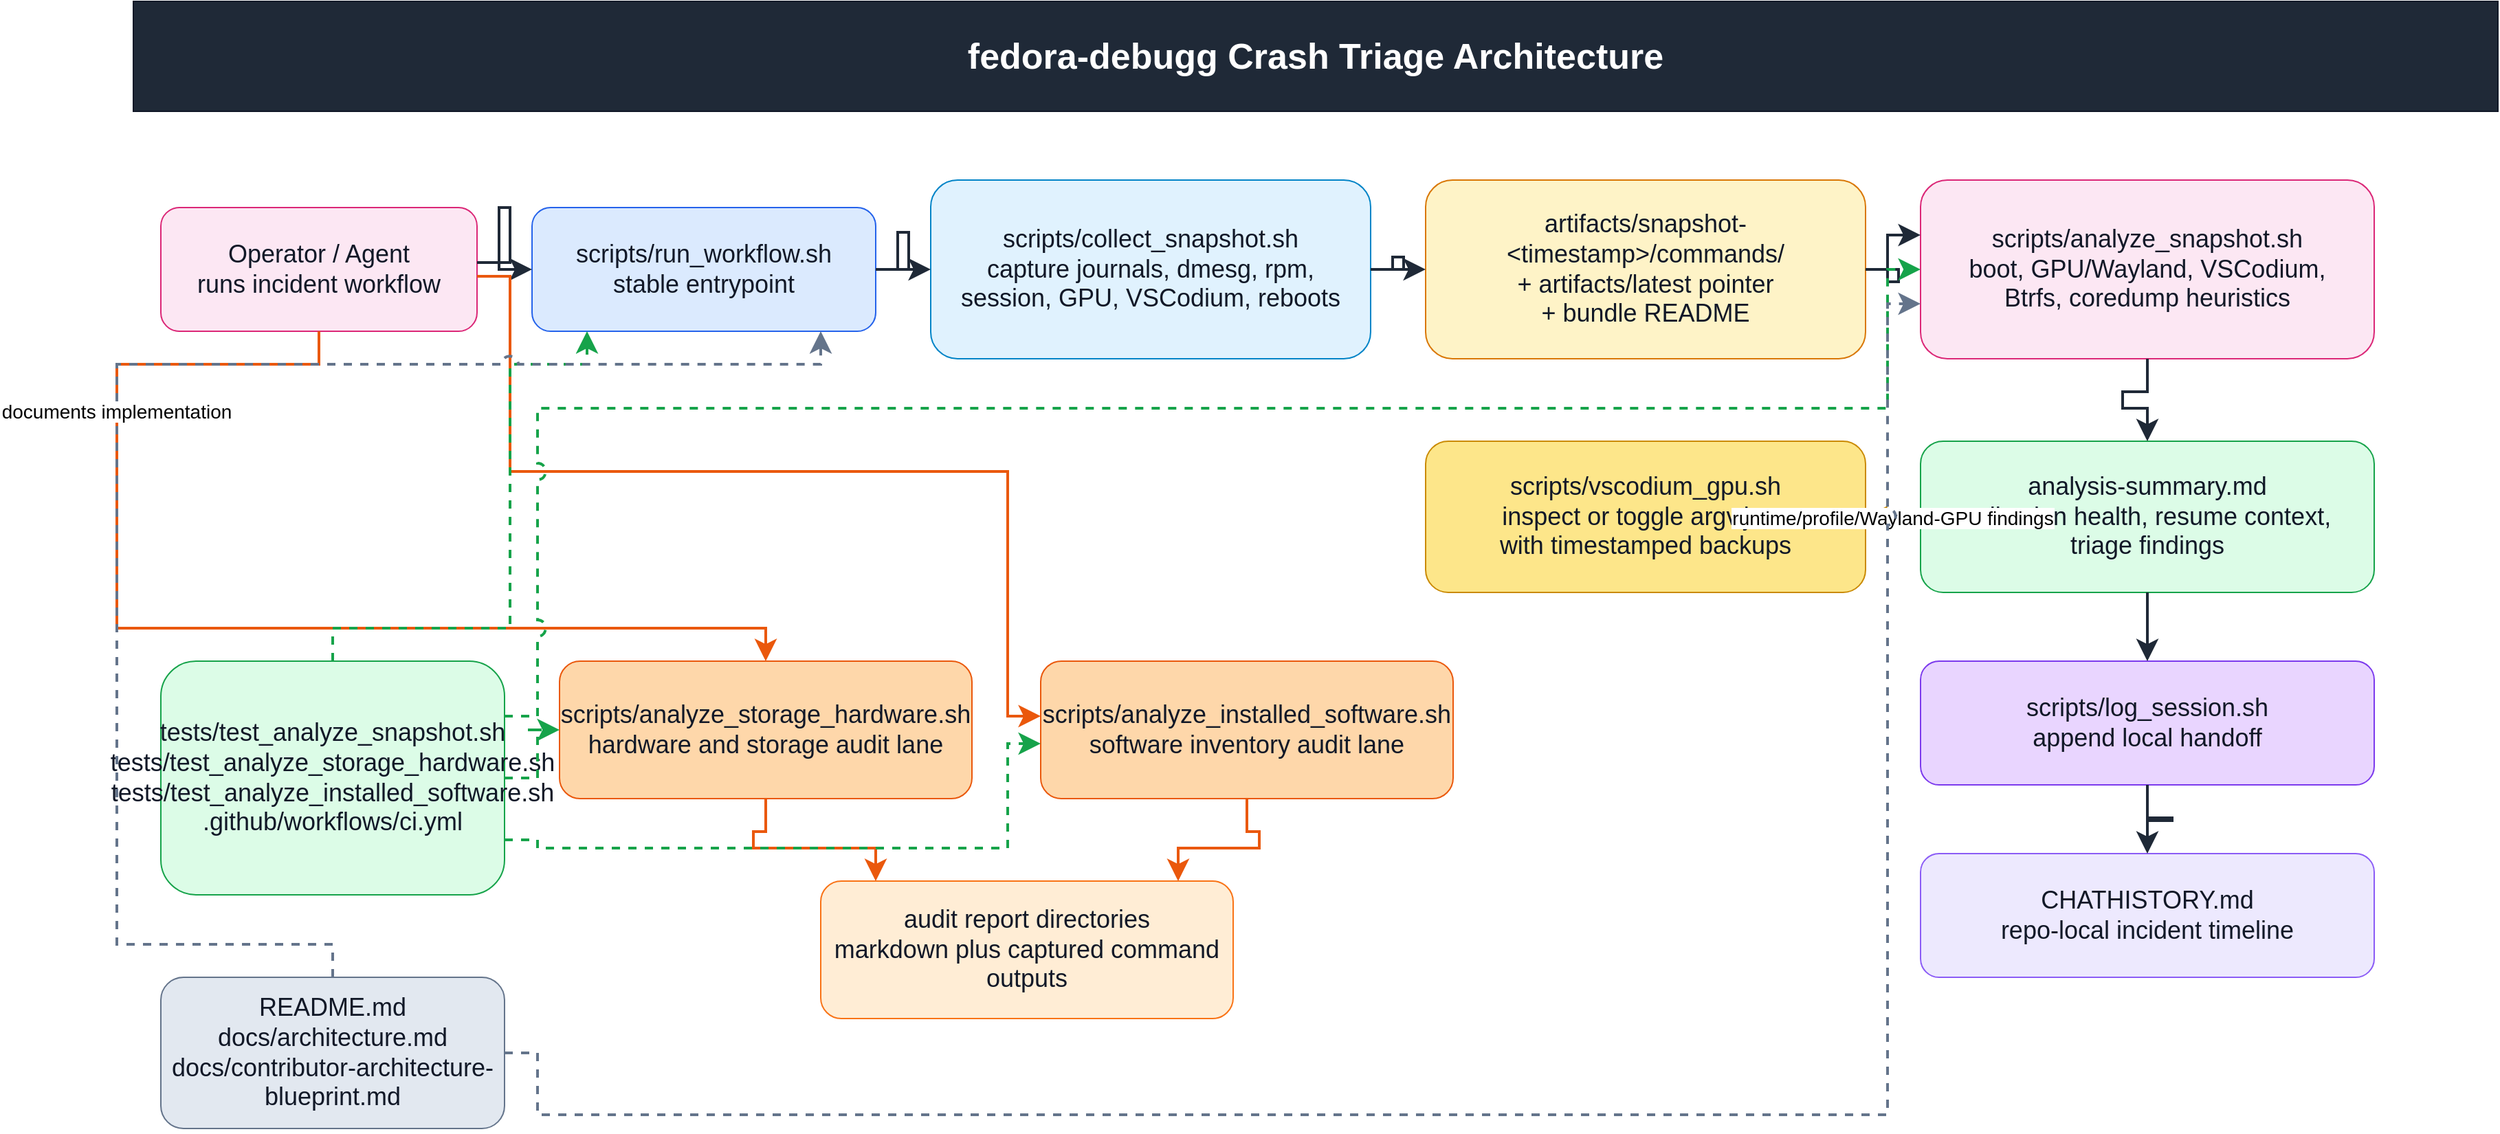
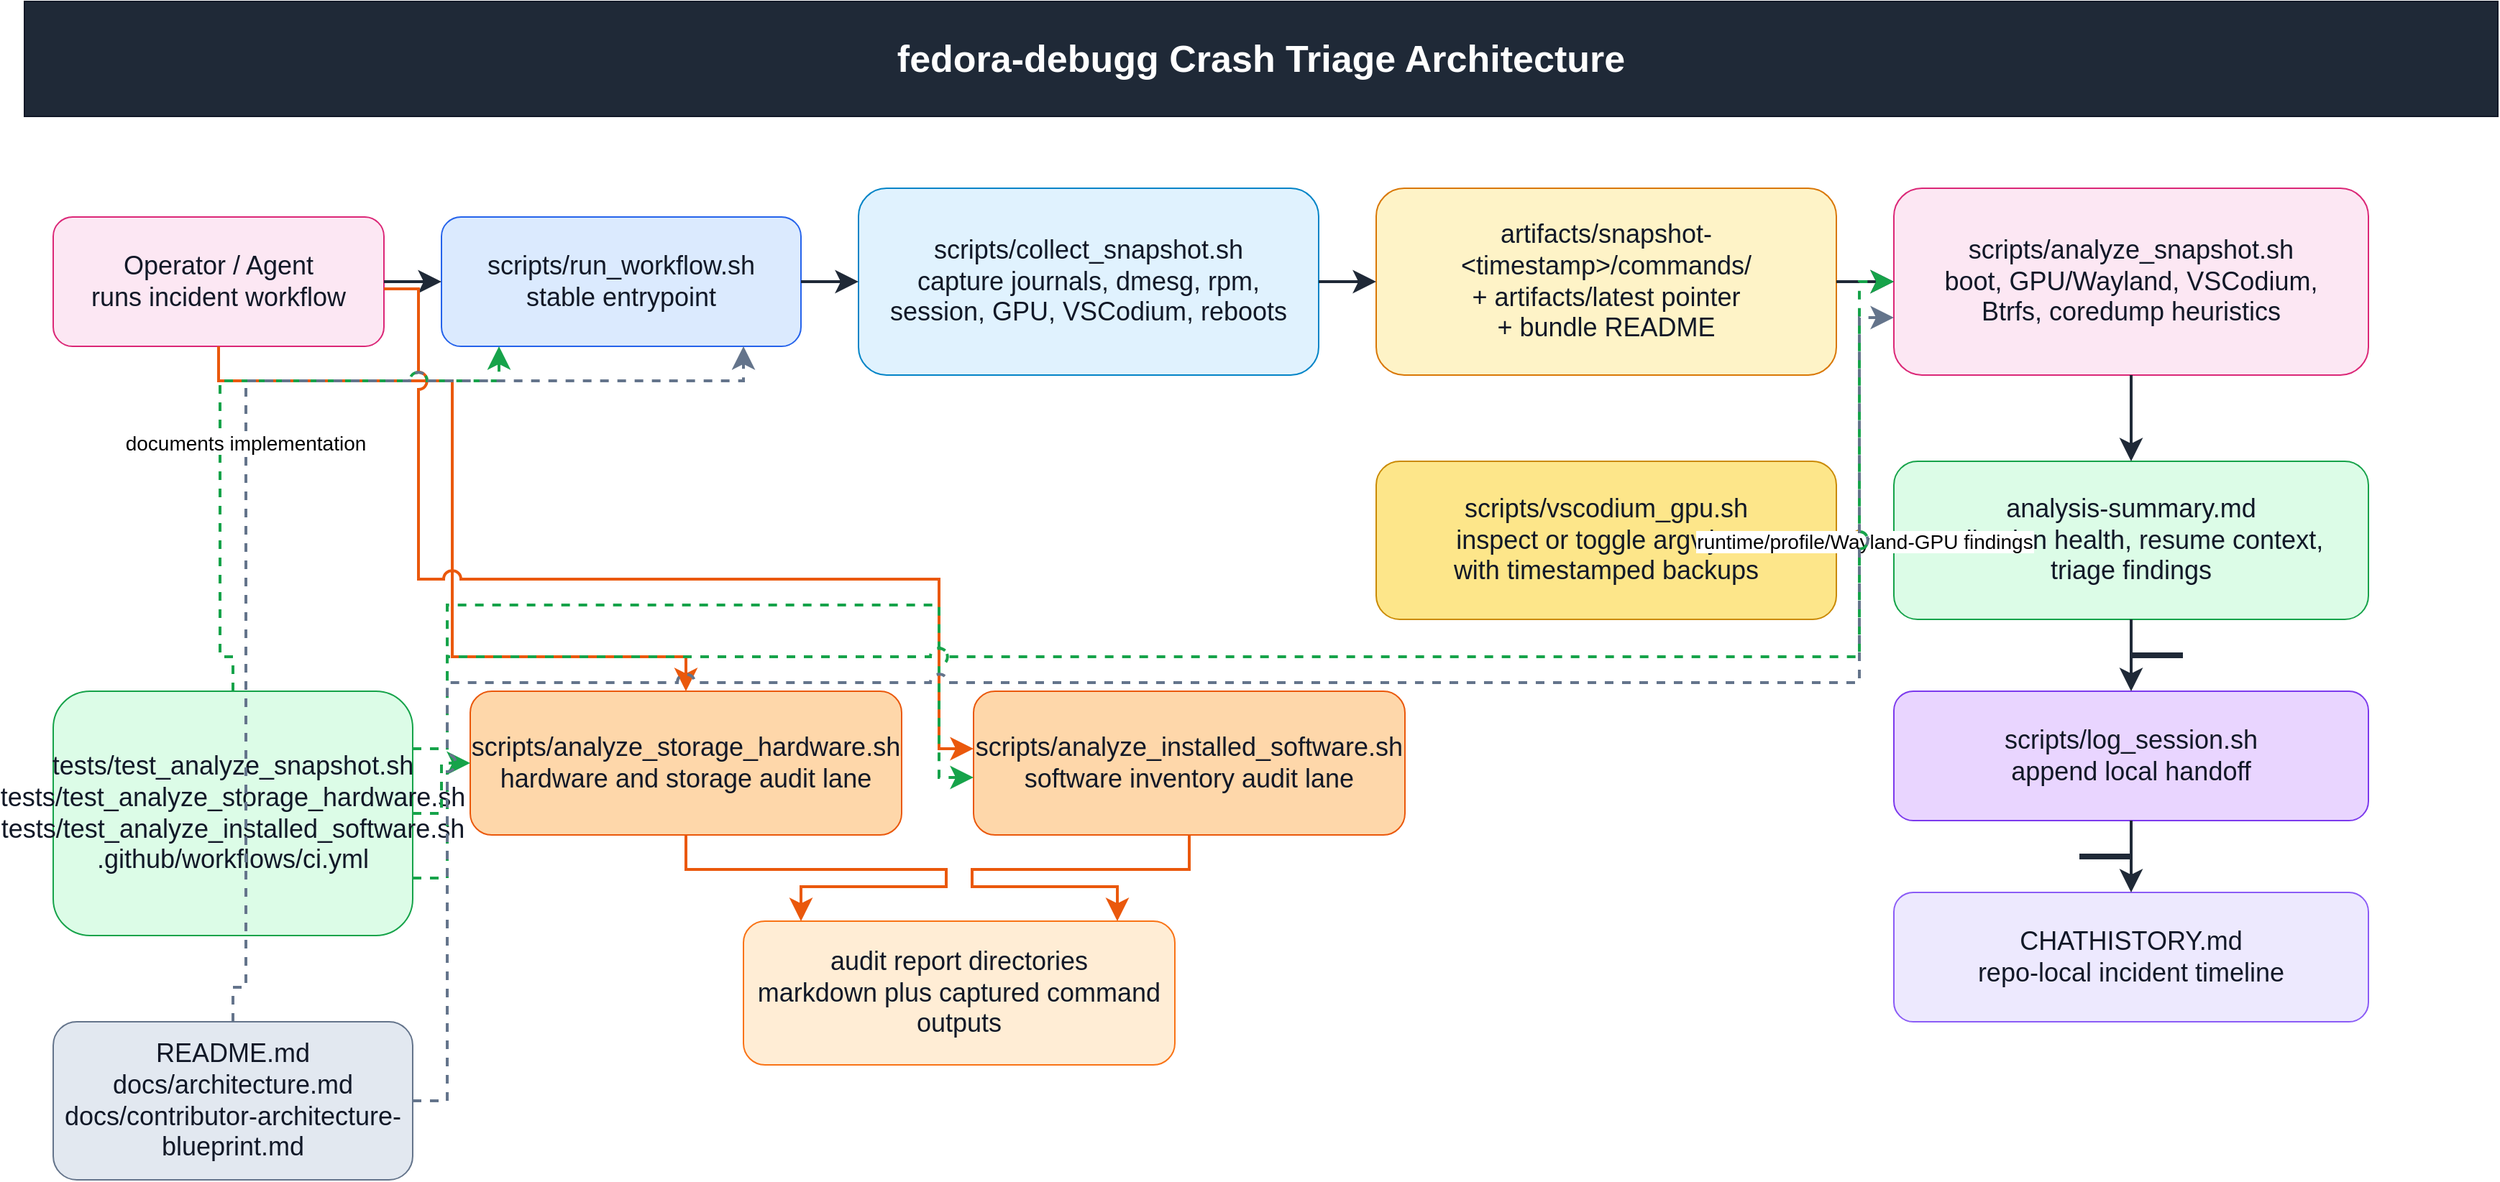
<?xml version='1.0' encoding='utf-8'?>
<mxfile host="app.diagrams.net" modified="2026-03-27T10:23:59-04:00" agent="Codex GPT-5" version="24.7.17" type="device" compressed="false">
  <diagram id="repo-architecture" name="Repo Architecture">
    <mxGraphModel dx="1674" dy="1068" grid="1" gridSize="10" guides="1" tooltips="1" connect="1" arrows="1" fold="1" page="1" pageScale="1" pageWidth="1800" pageHeight="1200" math="0" shadow="0" keepEdgesInForeground="1" keepEdgesInBackground="0">
      <root>
        <mxCell id="0" />
        <mxCell id="1" parent="0" />
        <mxCell id="2" value="fedora-debugg Crash Triage Architecture" style="rounded=0;whiteSpace=wrap;html=0;fillColor=#1F2937;strokeColor=#111827;fontColor=#FFFFFF;fontSize=26;fontStyle=1;align=center;verticalAlign=middle;spacing=10;" vertex="1" parent="1">
          <mxGeometry x="40" y="20" width="1720" height="80" as="geometry" />
        </mxCell>
        <mxCell id="10" value="Operator / Agent&#10;runs incident workflow" style="rounded=1;whiteSpace=wrap;html=0;fillColor=#FCE7F3;strokeColor=#DB2777;fontColor=#111827;fontSize=18;align=center;verticalAlign=middle;spacing=8;" vertex="1" parent="1">
          <mxGeometry x="60" y="170" width="230" height="90" as="geometry" />
        </mxCell>
        <mxCell id="20" value="scripts/run_workflow.sh&#10;stable entrypoint" style="rounded=1;whiteSpace=wrap;html=0;fillColor=#DBEAFE;strokeColor=#2563EB;fontColor=#111827;fontSize=18;align=center;verticalAlign=middle;spacing=8;" vertex="1" parent="1">
          <mxGeometry x="330" y="170" width="250" height="90" as="geometry" />
        </mxCell>
        <mxCell id="30" value="scripts/collect_snapshot.sh&#10;capture journals, dmesg, rpm,&#10;session, GPU, VSCodium, reboots" style="rounded=1;whiteSpace=wrap;html=0;fillColor=#E0F2FE;strokeColor=#0284C7;fontColor=#111827;fontSize=18;align=center;verticalAlign=middle;spacing=8;" vertex="1" parent="1">
          <mxGeometry x="620" y="150" width="320" height="130" as="geometry" />
        </mxCell>
        <mxCell id="40" value="artifacts/snapshot-&lt;timestamp&gt;/commands/&#10;+ artifacts/latest pointer&#10;+ bundle README" style="rounded=1;whiteSpace=wrap;html=0;fillColor=#FEF3C7;strokeColor=#D97706;fontColor=#111827;fontSize=18;align=center;verticalAlign=middle;spacing=8;" vertex="1" parent="1">
          <mxGeometry x="980" y="150" width="320" height="130" as="geometry" />
        </mxCell>
        <mxCell id="50" value="scripts/analyze_snapshot.sh&#10;boot, GPU/Wayland, VSCodium,&#10;Btrfs, coredump heuristics" style="rounded=1;whiteSpace=wrap;html=0;fillColor=#FCE7F3;strokeColor=#DB2777;fontColor=#111827;fontSize=18;align=center;verticalAlign=middle;spacing=8;" vertex="1" parent="1">
          <mxGeometry x="1340" y="150" width="330" height="130" as="geometry" />
        </mxCell>
        <mxCell id="60" value="analysis-summary.md&#10;collection health, resume context,&#10;triage findings" style="rounded=1;whiteSpace=wrap;html=0;fillColor=#DCFCE7;strokeColor=#16A34A;fontColor=#111827;fontSize=18;align=center;verticalAlign=middle;spacing=8;" vertex="1" parent="1">
          <mxGeometry x="1340" y="340" width="330" height="110" as="geometry" />
        </mxCell>
        <mxCell id="70" value="scripts/log_session.sh&#10;append local handoff" style="rounded=1;whiteSpace=wrap;html=0;fillColor=#E9D5FF;strokeColor=#7C3AED;fontColor=#111827;fontSize=18;align=center;verticalAlign=middle;spacing=8;" vertex="1" parent="1">
          <mxGeometry x="1340" y="500" width="330" height="90" as="geometry" />
        </mxCell>
        <mxCell id="80" value="CHATHISTORY.md&#10;repo-local incident timeline" style="rounded=1;whiteSpace=wrap;html=0;fillColor=#EDE9FE;strokeColor=#8B5CF6;fontColor=#111827;fontSize=18;align=center;verticalAlign=middle;spacing=8;" vertex="1" parent="1">
          <mxGeometry x="1340" y="640" width="330" height="90" as="geometry" />
        </mxCell>
        <mxCell id="90" value="scripts/vscodium_gpu.sh&#10;inspect or toggle argv.json&#10;with timestamped backups" style="rounded=1;whiteSpace=wrap;html=0;fillColor=#FDE68A;strokeColor=#CA8A04;fontColor=#111827;fontSize=18;align=center;verticalAlign=middle;spacing=8;" vertex="1" parent="1">
          <mxGeometry x="980" y="340" width="320" height="110" as="geometry" />
        </mxCell>
        <mxCell id="100" value="scripts/analyze_storage_hardware.sh&#10;hardware and storage audit lane" style="rounded=1;whiteSpace=wrap;html=0;fillColor=#FED7AA;strokeColor=#EA580C;fontColor=#111827;fontSize=18;align=center;verticalAlign=middle;spacing=8;" vertex="1" parent="1">
          <mxGeometry x="350" y="500" width="300" height="100" as="geometry" />
        </mxCell>
        <mxCell id="110" value="scripts/analyze_installed_software.sh&#10;software inventory audit lane" style="rounded=1;whiteSpace=wrap;html=0;fillColor=#FED7AA;strokeColor=#EA580C;fontColor=#111827;fontSize=18;align=center;verticalAlign=middle;spacing=8;" vertex="1" parent="1">
          <mxGeometry x="700" y="500" width="300" height="100" as="geometry" />
        </mxCell>
        <mxCell id="120" value="audit report directories&#10;markdown plus captured command outputs" style="rounded=1;whiteSpace=wrap;html=0;fillColor=#FFEDD5;strokeColor=#F97316;fontColor=#111827;fontSize=18;align=center;verticalAlign=middle;spacing=8;" vertex="1" parent="1">
          <mxGeometry x="540" y="660" width="300" height="100" as="geometry" />
        </mxCell>
        <mxCell id="130" value="tests/test_analyze_snapshot.sh&#10;tests/test_analyze_storage_hardware.sh&#10;tests/test_analyze_installed_software.sh&#10;.github/workflows/ci.yml" style="rounded=1;whiteSpace=wrap;html=0;fillColor=#DCFCE7;strokeColor=#16A34A;fontColor=#111827;fontSize=18;align=center;verticalAlign=middle;spacing=8;" vertex="1" parent="1">
          <mxGeometry x="60" y="500" width="250" height="170" as="geometry" />
        </mxCell>
        <mxCell id="140" value="README.md&#10;docs/architecture.md&#10;docs/contributor-architecture-blueprint.md" style="rounded=1;whiteSpace=wrap;html=0;fillColor=#E2E8F0;strokeColor=#64748B;fontColor=#111827;fontSize=18;align=center;verticalAlign=middle;spacing=8;" vertex="1" parent="1">
          <mxGeometry x="60" y="730" width="250" height="110" as="geometry" />
        </mxCell>
        <mxCell id="500" style="rounded=0;html=0;strokeColor=#1F2937;edgeStyle=orthogonalEdgeStyle;orthogonalLoop=1;jettySize=12;endArrow=classic;endFill=1;endSize=10;strokeWidth=2;jumpStyle=arc;jumpSize=10;" edge="1" parent="1" source="10" target="20">
          <mxGeometry relative="1" as="geometry" archilityManagedRoute="1">
-             <Array as="points">
-               <mxPoint x="314" y="210" />
-               <mxPoint x="314" y="170" />
-               <mxPoint x="306" y="170" />
-               <mxPoint x="306" y="215" />
-             </Array>
+             <Array as="points" />
          </mxGeometry>
        </mxCell>
        <mxCell id="501" style="rounded=0;html=0;strokeColor=#1F2937;edgeStyle=orthogonalEdgeStyle;orthogonalLoop=1;jettySize=12;endArrow=classic;endFill=1;endSize=10;strokeWidth=2;jumpStyle=arc;jumpSize=10;" edge="1" parent="1" source="20" target="30">
          <mxGeometry relative="1" as="geometry" archilityManagedRoute="1">
-             <Array as="points">
-               <mxPoint x="604" y="215" />
-               <mxPoint x="604" y="188" />
-               <mxPoint x="596" y="188" />
-               <mxPoint x="596" y="215" />
-             </Array>
+             <Array as="points" />
          </mxGeometry>
        </mxCell>
        <mxCell id="502" style="rounded=0;html=0;strokeColor=#1F2937;edgeStyle=orthogonalEdgeStyle;orthogonalLoop=1;jettySize=12;endArrow=classic;endFill=1;endSize=10;strokeWidth=2;jumpStyle=arc;jumpSize=10;" edge="1" parent="1" source="30" target="40">
          <mxGeometry relative="1" as="geometry" archilityManagedRoute="1">
-             <Array as="points">
-               <mxPoint x="964" y="215" />
-               <mxPoint x="964" y="206" />
-               <mxPoint x="956" y="206" />
-               <mxPoint x="956" y="215" />
-             </Array>
+             <Array as="points" />
          </mxGeometry>
        </mxCell>
        <mxCell id="503" style="rounded=0;html=0;strokeColor=#1F2937;edgeStyle=orthogonalEdgeStyle;orthogonalLoop=1;jettySize=12;endArrow=classic;endFill=1;endSize=10;strokeWidth=2;jumpStyle=arc;jumpSize=10;" edge="1" parent="1" source="40" target="50">
          <mxGeometry relative="1" as="geometry" archilityManagedRoute="1">
-             <Array as="points">
-               <mxPoint x="1324" y="215" />
-               <mxPoint x="1324" y="224" />
-               <mxPoint x="1316" y="224" />
-               <mxPoint x="1316" y="190" />
-             </Array>
+             <Array as="points" />
          </mxGeometry>
        </mxCell>
        <mxCell id="504" style="rounded=0;html=0;strokeColor=#1F2937;edgeStyle=orthogonalEdgeStyle;orthogonalLoop=1;jettySize=12;endArrow=classic;endFill=1;endSize=10;strokeWidth=2;jumpStyle=arc;jumpSize=10;" edge="1" parent="1" source="50" target="60">
          <mxGeometry relative="1" as="geometry" archilityManagedRoute="1">
            <Array as="points">
              <mxPoint x="1505" y="304" />
-               <mxPoint x="1487" y="304" />
-               <mxPoint x="1487" y="316" />
              <mxPoint x="1505" y="316" />
            </Array>
          </mxGeometry>
        </mxCell>
        <mxCell id="505" style="rounded=0;html=0;strokeColor=#1F2937;edgeStyle=orthogonalEdgeStyle;orthogonalLoop=1;jettySize=12;endArrow=classic;endFill=1;endSize=10;strokeWidth=2;jumpStyle=arc;jumpSize=10;" edge="1" parent="1" source="60" target="70">
          <mxGeometry relative="1" as="geometry" archilityManagedRoute="1">
            <Array as="points">
              <mxPoint x="1505" y="474" />
+               <mxPoint x="1540" y="474" />
+               <mxPoint x="1540" y="476" />
              <mxPoint x="1505" y="476" />
            </Array>
          </mxGeometry>
        </mxCell>
        <mxCell id="506" style="rounded=0;html=0;strokeColor=#1F2937;edgeStyle=orthogonalEdgeStyle;orthogonalLoop=1;jettySize=12;endArrow=classic;endFill=1;endSize=10;strokeWidth=2;jumpStyle=arc;jumpSize=10;" edge="1" parent="1" source="70" target="80">
          <mxGeometry relative="1" as="geometry" archilityManagedRoute="1">
            <Array as="points">
              <mxPoint x="1505" y="614" />
-               <mxPoint x="1523" y="614" />
-               <mxPoint x="1523" y="616" />
+               <mxPoint x="1470" y="614" />
+               <mxPoint x="1470" y="616" />
              <mxPoint x="1505" y="616" />
            </Array>
          </mxGeometry>
        </mxCell>
        <mxCell id="507" value="runtime/profile/Wayland-GPU findings" style="rounded=0;html=0;strokeColor=#CA8A04;edgeStyle=orthogonalEdgeStyle;orthogonalLoop=1;jettySize=12;endArrow=classic;endFill=1;endSize=10;strokeWidth=2;fontSize=14;jumpStyle=arc;jumpSize=10;" edge="1" parent="1" source="60" target="90">
          <mxGeometry relative="1" as="geometry" archilityManagedRoute="1">
-             <Array as="points">
-               <mxPoint x="1316" y="395" />
-               <mxPoint x="1324" y="395" />
-             </Array>
+             <Array as="points" />
          </mxGeometry>
        </mxCell>
        <mxCell id="508" style="rounded=0;html=0;strokeColor=#EA580C;edgeStyle=orthogonalEdgeStyle;orthogonalLoop=1;jettySize=12;endArrow=classic;endFill=1;endSize=10;strokeWidth=2;jumpStyle=arc;jumpSize=10;" edge="1" parent="1" source="10" target="100">
          <mxGeometry relative="1" as="geometry" archilityManagedRoute="1">
            <Array as="points">
              <mxPoint x="175" y="284" />
-               <mxPoint x="28" y="284" />
-               <mxPoint x="28" y="476" />
+               <mxPoint x="337.5" y="284" />
+               <mxPoint x="337.5" y="476" />
              <mxPoint x="500" y="476" />
            </Array>
          </mxGeometry>
        </mxCell>
        <mxCell id="509" style="rounded=0;html=0;strokeColor=#EA580C;edgeStyle=orthogonalEdgeStyle;orthogonalLoop=1;jettySize=12;endArrow=classic;endFill=1;endSize=10;strokeWidth=2;jumpStyle=arc;jumpSize=10;" edge="1" parent="1" source="10" target="110">
          <mxGeometry relative="1" as="geometry" archilityManagedRoute="1">
            <Array as="points">
              <mxPoint x="314" y="220" />
-               <mxPoint x="314" y="362" />
-               <mxPoint x="676" y="362" />
+               <mxPoint x="314" y="422" />
+               <mxPoint x="676" y="422" />
              <mxPoint x="676" y="540" />
            </Array>
          </mxGeometry>
        </mxCell>
        <mxCell id="510" style="rounded=0;html=0;strokeColor=#EA580C;edgeStyle=orthogonalEdgeStyle;orthogonalLoop=1;jettySize=12;endArrow=classic;endFill=1;endSize=10;strokeWidth=2;jumpStyle=arc;jumpSize=10;" edge="1" parent="1" source="100" target="120">
          <mxGeometry relative="1" as="geometry" archilityManagedRoute="1">
            <Array as="points">
              <mxPoint x="500" y="624" />
-               <mxPoint x="491" y="624" />
-               <mxPoint x="491" y="636" />
+               <mxPoint x="681" y="624" />
+               <mxPoint x="681" y="636" />
              <mxPoint x="580" y="636" />
            </Array>
          </mxGeometry>
        </mxCell>
        <mxCell id="511" style="rounded=0;html=0;strokeColor=#EA580C;edgeStyle=orthogonalEdgeStyle;orthogonalLoop=1;jettySize=12;endArrow=classic;endFill=1;endSize=10;strokeWidth=2;jumpStyle=arc;jumpSize=10;" edge="1" parent="1" source="110" target="120">
          <mxGeometry relative="1" as="geometry" archilityManagedRoute="1">
            <Array as="points">
              <mxPoint x="850" y="624" />
-               <mxPoint x="859" y="624" />
-               <mxPoint x="859" y="636" />
+               <mxPoint x="699" y="624" />
+               <mxPoint x="699" y="636" />
              <mxPoint x="800" y="636" />
            </Array>
          </mxGeometry>
        </mxCell>
        <mxCell id="512" style="rounded=0;html=0;dashed=1;strokeColor=#16A34A;edgeStyle=orthogonalEdgeStyle;orthogonalLoop=1;jettySize=12;endArrow=classic;endFill=1;endSize=10;strokeWidth=2;jumpStyle=arc;jumpSize=10;" edge="1" parent="1" source="130" target="20">
          <mxGeometry relative="1" as="geometry" archilityManagedRoute="1">
            <Array as="points">
              <mxPoint x="185" y="476" />
-               <mxPoint x="314" y="476" />
-               <mxPoint x="314" y="284" />
+               <mxPoint x="176" y="476" />
+               <mxPoint x="176" y="284" />
              <mxPoint x="370" y="284" />
            </Array>
          </mxGeometry>
        </mxCell>
        <mxCell id="513" style="rounded=0;html=0;dashed=1;strokeColor=#16A34A;edgeStyle=orthogonalEdgeStyle;orthogonalLoop=1;jettySize=12;endArrow=classic;endFill=1;endSize=10;strokeWidth=2;jumpStyle=arc;jumpSize=10;" edge="1" parent="1" source="130" target="50">
          <mxGeometry relative="1" as="geometry" archilityManagedRoute="1">
            <Array as="points">
              <mxPoint x="334" y="540" />
-               <mxPoint x="334" y="316" />
-               <mxPoint x="1316" y="316" />
+               <mxPoint x="334" y="476" />
+               <mxPoint x="1316" y="476" />
              <mxPoint x="1316" y="215" />
            </Array>
          </mxGeometry>
        </mxCell>
        <mxCell id="514" style="rounded=0;html=0;dashed=1;strokeColor=#16A34A;edgeStyle=orthogonalEdgeStyle;orthogonalLoop=1;jettySize=12;endArrow=classic;endFill=1;endSize=10;strokeWidth=2;jumpStyle=arc;jumpSize=10;" edge="1" parent="1" source="130" target="100">
          <mxGeometry relative="1" as="geometry" archilityManagedRoute="1">
-             <Array as="points">
-               <mxPoint x="334" y="585" />
-               <mxPoint x="334" y="550" />
-               <mxPoint x="326" y="550" />
-             </Array>
+             <Array as="points" />
          </mxGeometry>
        </mxCell>
        <mxCell id="515" style="rounded=0;html=0;dashed=1;strokeColor=#16A34A;edgeStyle=orthogonalEdgeStyle;orthogonalLoop=1;jettySize=12;endArrow=classic;endFill=1;endSize=10;strokeWidth=2;jumpStyle=arc;jumpSize=10;" edge="1" parent="1" source="130" target="110">
          <mxGeometry relative="1" as="geometry" archilityManagedRoute="1">
            <Array as="points">
              <mxPoint x="334" y="630" />
-               <mxPoint x="334" y="636" />
-               <mxPoint x="676" y="636" />
+               <mxPoint x="334" y="440" />
+               <mxPoint x="676" y="440" />
              <mxPoint x="676" y="560" />
            </Array>
          </mxGeometry>
        </mxCell>
        <mxCell id="516" value="documents implementation" style="rounded=0;html=0;dashed=1;strokeColor=#64748B;edgeStyle=orthogonalEdgeStyle;orthogonalLoop=1;jettySize=12;endArrow=classic;endFill=1;endSize=10;strokeWidth=2;fontSize=14;jumpStyle=arc;jumpSize=10;" edge="1" parent="1" source="140" target="20">
          <mxGeometry relative="1" as="geometry" archilityManagedRoute="1">
            <Array as="points">
              <mxPoint x="185" y="706" />
-               <mxPoint x="28" y="706" />
-               <mxPoint x="28" y="284" />
+               <mxPoint x="194" y="706" />
+               <mxPoint x="194" y="284" />
              <mxPoint x="540" y="284" />
            </Array>
          </mxGeometry>
        </mxCell>
        <mxCell id="517" style="rounded=0;html=0;dashed=1;strokeColor=#64748B;edgeStyle=orthogonalEdgeStyle;orthogonalLoop=1;jettySize=12;endArrow=classic;endFill=1;endSize=10;strokeWidth=2;jumpStyle=arc;jumpSize=10;" edge="1" parent="1" source="140" target="50">
          <mxGeometry relative="1" as="geometry" archilityManagedRoute="1">
            <Array as="points">
              <mxPoint x="334" y="785" />
-               <mxPoint x="334" y="830" />
-               <mxPoint x="1316" y="830" />
+               <mxPoint x="334" y="494" />
+               <mxPoint x="1316" y="494" />
              <mxPoint x="1316" y="240" />
            </Array>
          </mxGeometry>
        </mxCell>
      </root>
    </mxGraphModel>
  </diagram>
</mxfile>
